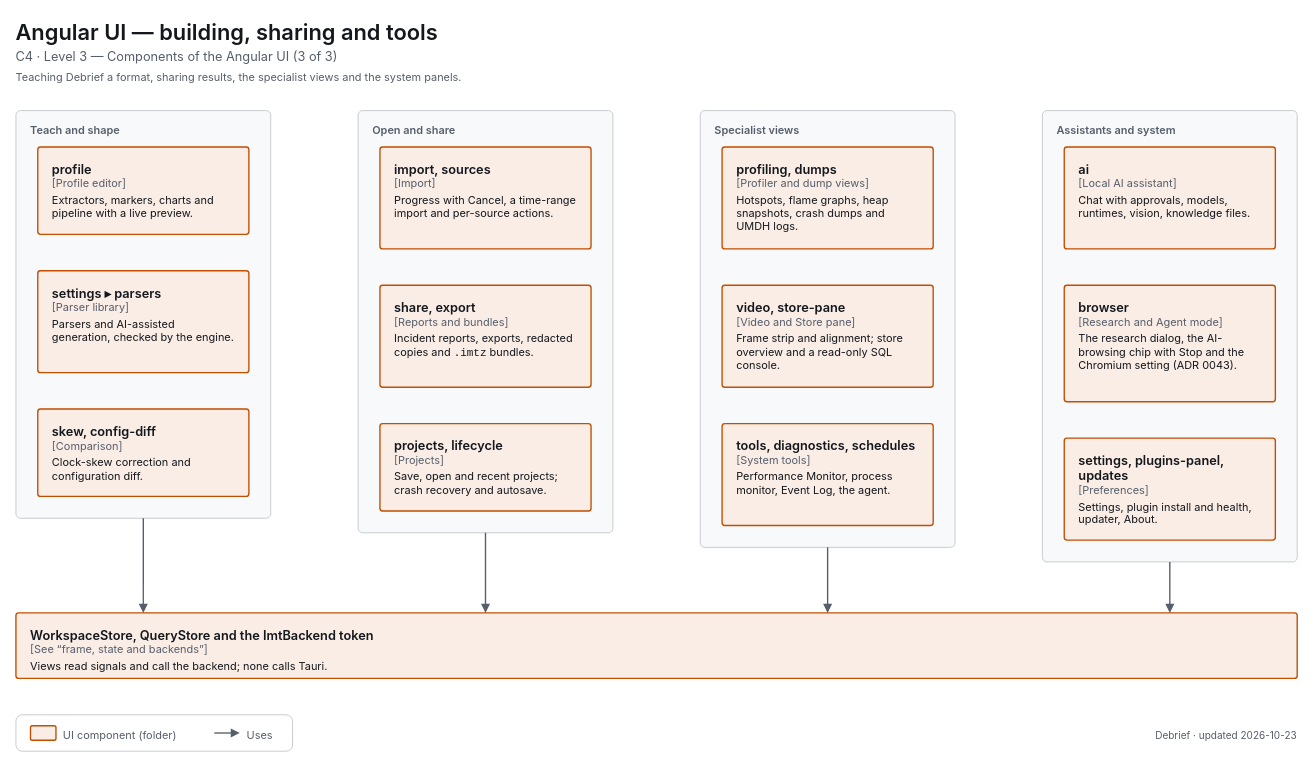
The draw.io diagram docs/diagrams/c4-3-ui-tools.drawio in decryp7/integrated_maintenance_tool, before the edit. Source tidied: cells renumbered, new cells numbered last; positions are measured from the earlier drawing's top-left corner, leaving out a move shared by most shapes. Both pictures are drawn from the tidied source at 91%, with x=0, y=0 at pixel (15, 15).
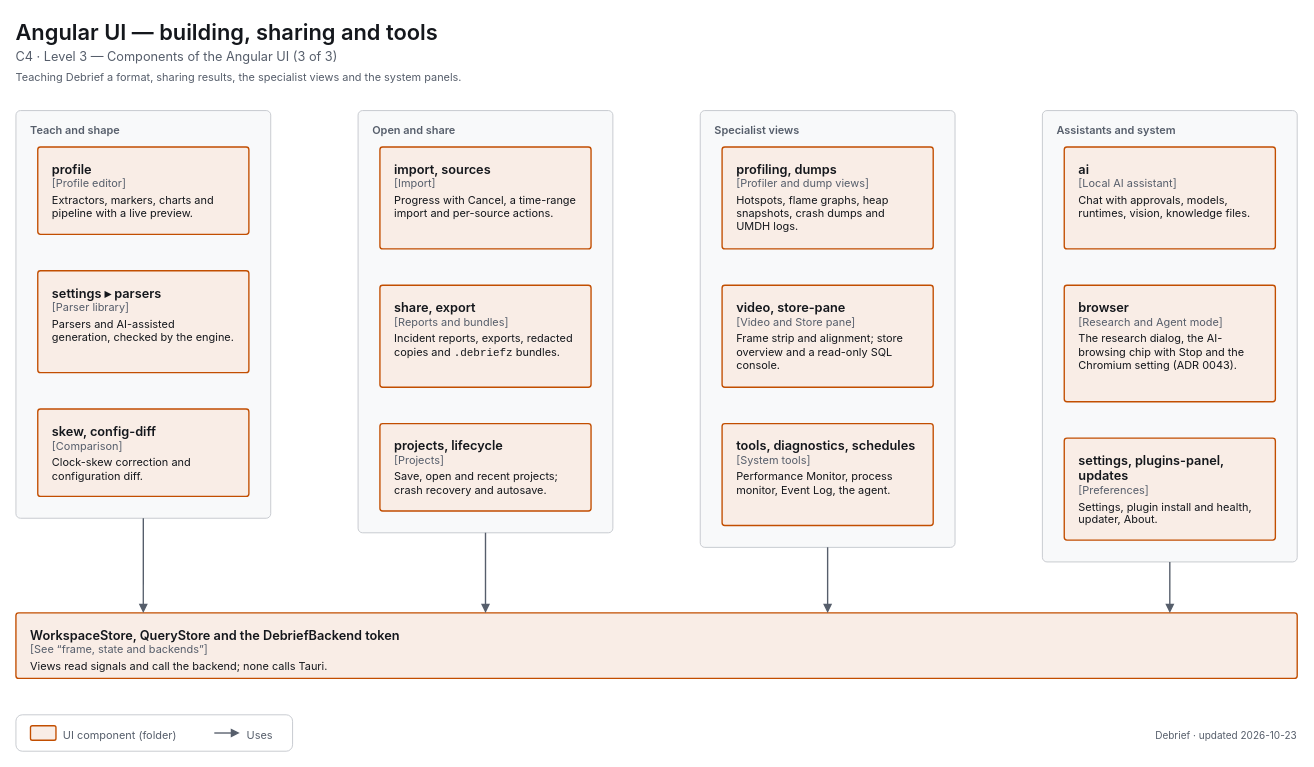
The same diagram, later.

What changed in the source:
```diff
@@
-    <mxCell id="11" value="&lt;span style=&quot;font-size:14px;font-weight:600&quot;&gt;share, export&lt;/span&gt;&lt;br&gt;&lt;span style=&quot;font-size:12px;color:light-dark(#565E6B,#A0A7B2)&quot;&gt;[Reports and bundles]&lt;/span&gt;&lt;br&gt;&lt;div style=&quot;margin-top:4px;font-size:12px&quot;&gt;Incident reports, exports, redacted copies and &lt;span style=&quot;font-family:ui-monospace,SF Mono,Cascadia Mono,Consolas,monospace;white-space:nowrap&quot;&gt;.imtz&lt;/span&gt; bundles.&lt;/div&gt;" style="html=1;whiteSpace=wrap;fontFamily=-apple-system,BlinkMacSystemFont,Segoe UI,system-ui,sans-serif;fontSize=12;fontColor=light-dark(#14171C,#ECEEF1);rounded=1;absoluteArcSize=1;arcSize=6;strokeWidth=1.5;strokeColor=light-dark(#C24E00,#F07D3A);fillColor=light-dark(#F9EDE6,#382720);align=left;verticalAlign=top;spacingLeft=14;spacingRight=14;spacingTop=10;spacingBottom=8;" parent="1" vertex="1">
+    <mxCell id="11" value="&lt;span style=&quot;font-size:14px;font-weight:600&quot;&gt;share, export&lt;/span&gt;&lt;br&gt;&lt;span style=&quot;font-size:12px;color:light-dark(#565E6B,#A0A7B2)&quot;&gt;[Reports and bundles]&lt;/span&gt;&lt;br&gt;&lt;div style=&quot;margin-top:4px;font-size:12px&quot;&gt;Incident reports, exports, redacted copies and &lt;span style=&quot;font-family:ui-monospace,SF Mono,Cascadia Mono,Consolas,monospace;white-space:nowrap&quot;&gt;.debriefz&lt;/span&gt; bundles.&lt;/div&gt;" style="html=1;whiteSpace=wrap;fontFamily=-apple-system,BlinkMacSystemFont,Segoe UI,system-ui,sans-serif;fontSize=12;fontColor=light-dark(#14171C,#ECEEF1);rounded=1;absoluteArcSize=1;arcSize=6;strokeWidth=1.5;strokeColor=light-dark(#C24E00,#F07D3A);fillColor=light-dark(#F9EDE6,#382720);align=left;verticalAlign=top;spacingLeft=14;spacingRight=14;spacingTop=10;spacingBottom=8;" parent="1" vertex="1">
       <mxGeometry x="400" y="296" width="232" height="112" as="geometry" />
     </mxCell>
@@
-    <mxCell id="21" value="&lt;span style=&quot;font-size:14px;font-weight:600&quot;&gt;WorkspaceStore, QueryStore and the ImtBackend token&lt;/span&gt;&lt;br&gt;&lt;span style=&quot;font-size:12px;color:light-dark(#565E6B,#A0A7B2)&quot;&gt;[See “frame, state and backends”]&lt;/span&gt;&lt;br&gt;&lt;div style=&quot;margin-top:4px;font-size:12px&quot;&gt;Views read signals and call the backend; none calls Tauri.&lt;/div&gt;" style="html=1;whiteSpace=wrap;fontFamily=-apple-system,BlinkMacSystemFont,Segoe UI,system-ui,sans-serif;fontSize=12;fontColor=light-dark(#14171C,#ECEEF1);rounded=1;absoluteArcSize=1;arcSize=6;strokeWidth=1.5;strokeColor=light-dark(#C24E00,#F07D3A);fillColor=light-dark(#F9EDE6,#382720);align=left;verticalAlign=top;spacingLeft=14;spacingRight=14;spacingTop=10;spacingBottom=8;" parent="1" vertex="1">
+    <mxCell id="21" value="&lt;span style=&quot;font-size:14px;font-weight:600&quot;&gt;WorkspaceStore, QueryStore and the DebriefBackend token&lt;/span&gt;&lt;br&gt;&lt;span style=&quot;font-size:12px;color:light-dark(#565E6B,#A0A7B2)&quot;&gt;[See “frame, state and backends”]&lt;/span&gt;&lt;br&gt;&lt;div style=&quot;margin-top:4px;font-size:12px&quot;&gt;Views read signals and call the backend; none calls Tauri.&lt;/div&gt;" style="html=1;whiteSpace=wrap;fontFamily=-apple-system,BlinkMacSystemFont,Segoe UI,system-ui,sans-serif;fontSize=12;fontColor=light-dark(#14171C,#ECEEF1);rounded=1;absoluteArcSize=1;arcSize=6;strokeWidth=1.5;strokeColor=light-dark(#C24E00,#F07D3A);fillColor=light-dark(#F9EDE6,#382720);align=left;verticalAlign=top;spacingLeft=14;spacingRight=14;spacingTop=10;spacingBottom=8;" parent="1" vertex="1">
       <mxGeometry y="656" width="1408" height="72" as="geometry" />
     </mxCell>
```
